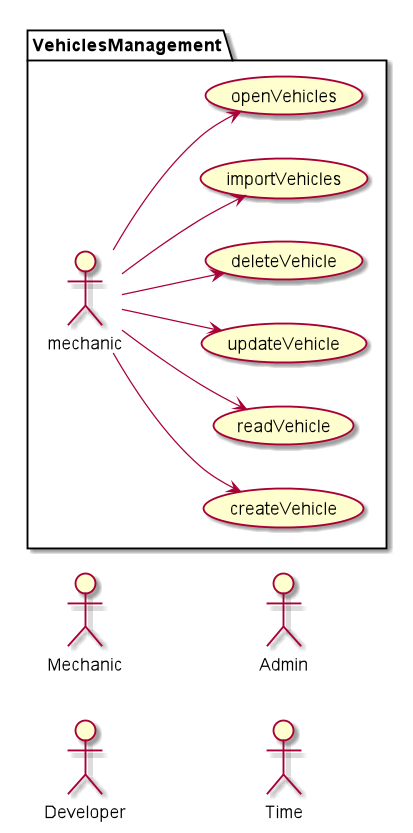
This is documentation/requiremets/usecases/png/vechileUusecases.png from Ruskab/agrimManager, a PlantUML export, as it was before one commit.
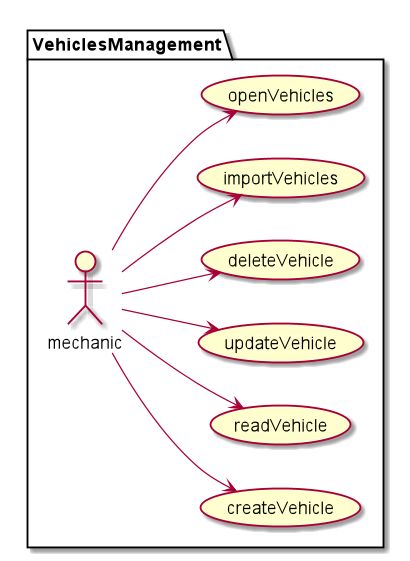
The same file after the commit.

What changed in the source:
```diff
@@ -1,8 +1,4 @@
 @startuml
-actor "Mechanic" as mec
-actor "Developer" as dev
-actor "Admin" as admin
-actor "Time" as time
 
 left to right direction
 
```
